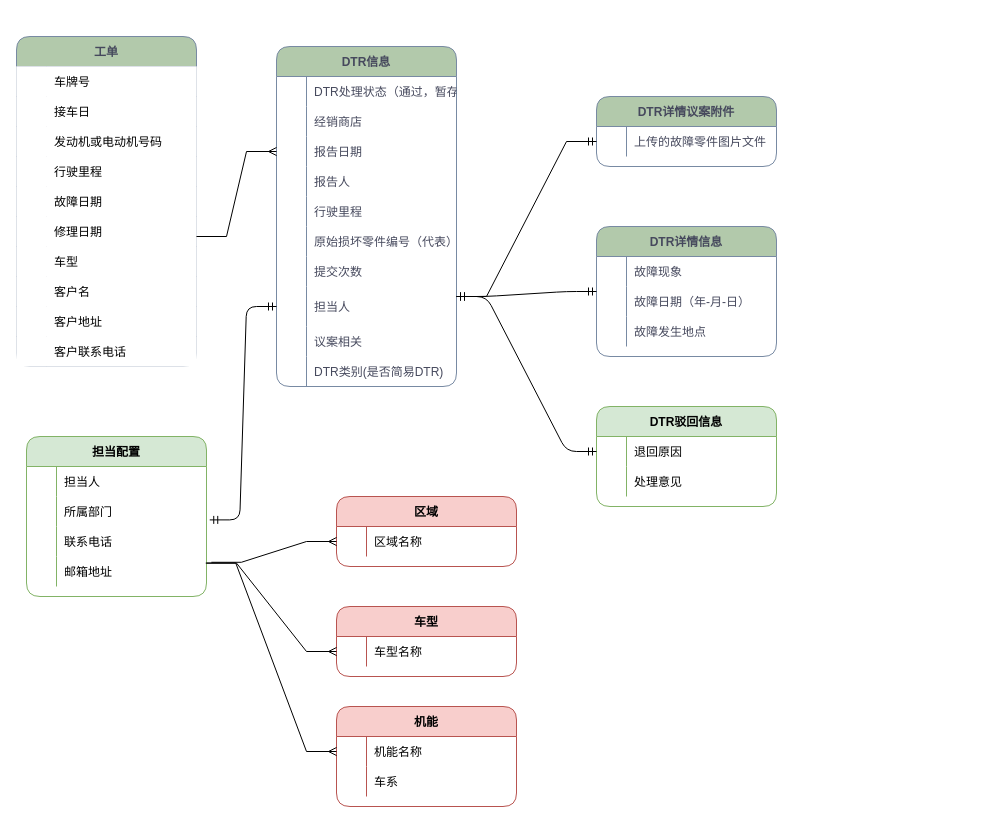
Earlier version of the draw.io diagram images/DTR聚合根.drawio (1132489442/designer). Source tidied: cells renumbered, new cells numbered last; positions are measured from the earlier drawing's top-left corner, leaving out a move shared by most shapes. Both pictures are drawn from the tidied source at 100%, with x=0, y=0 at pixel (16, 36).
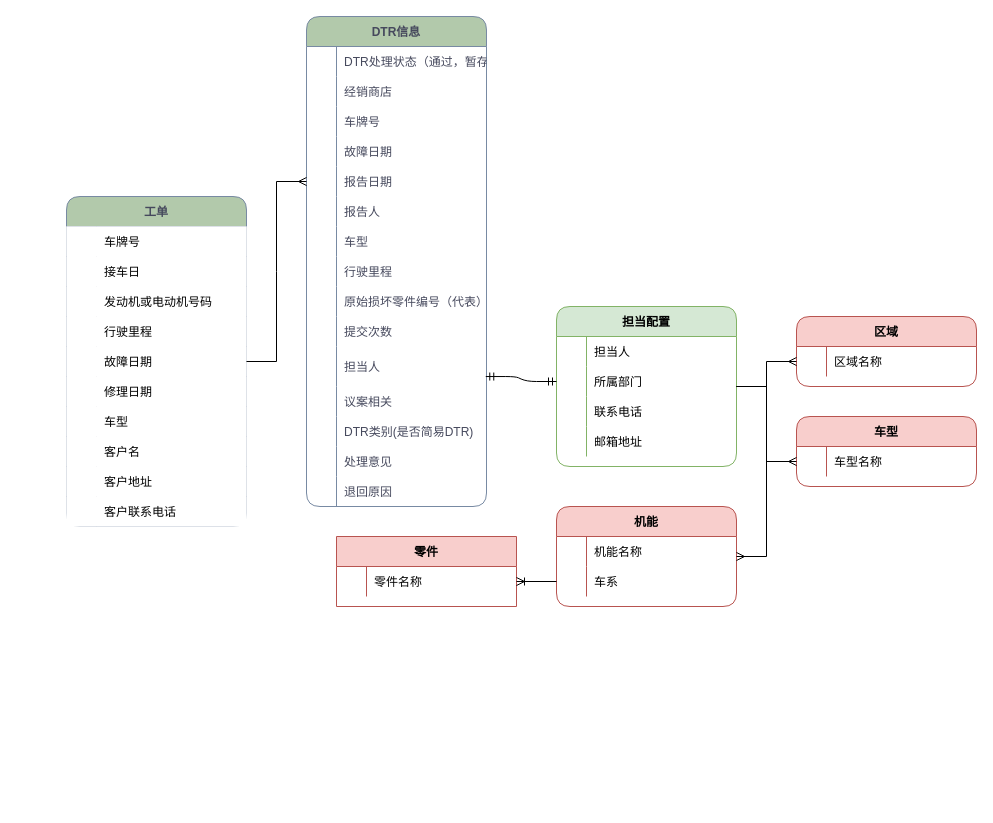
The same diagram, later.

Commit message (it also covers changes not shown here):
更新DTR聚合根.drawio

The change refers to these unchanged cells:
```xml
<mxCell id="82" style="shape=partialRectangle;fillColor=none;top=0;left=0;bottom=0;right=0;points=[[0,0.5],[1,0.5]];portConstraint=eastwest;rounded=1;" parent="78" vertex="1">
  <mxGeometry y="60" width="180" height="30" as="geometry" />
</mxCell>
<mxCell id="88" style="shape=partialRectangle;fillColor=none;top=0;left=0;bottom=0;right=0;points=[[0,0.5],[1,0.5]];portConstraint=eastwest;rounded=1;" parent="78" vertex="1">
  <mxGeometry y="120" width="180" height="30" as="geometry" />
</mxCell>
<mxCell id="92" style="shape=partialRectangle;fillColor=none;top=0;left=0;bottom=0;right=0;points=[[0,0.5],[1,0.5]];portConstraint=eastwest;rounded=1;" parent="91" vertex="1">
  <mxGeometry y="30" width="180" height="30" as="geometry" />
</mxCell>
<mxCell id="95" style="shape=partialRectangle;fillColor=none;top=0;left=0;bottom=0;right=0;points=[[0,0.5],[1,0.5]];portConstraint=eastwest;rounded=1;" parent="91" vertex="1">
  <mxGeometry y="60" width="180" height="30" as="geometry" />
</mxCell>
<mxCell id="99" style="shape=partialRectangle;fillColor=none;top=0;left=0;bottom=0;right=0;points=[[0,0.5],[1,0.5]];portConstraint=eastwest;rounded=1;" parent="98" vertex="1">
  <mxGeometry y="30" width="180" height="30" as="geometry" />
</mxCell>
<mxCell id="103" style="shape=partialRectangle;fillColor=none;top=0;left=0;bottom=0;right=0;points=[[0,0.5],[1,0.5]];portConstraint=eastwest;rounded=1;" parent="102" vertex="1">
  <mxGeometry y="30" width="180" height="30" as="geometry" />
</mxCell>
```

Change to the diagram source:
```diff
@@
     <mxCell id="2" value="工单" style="shape=table;startSize=30;childLayout=tableLayout;rowLines=0;fontStyle=1;align=center;fillColor=#B2C9AB;strokeColor=#788AA3;fontColor=#46495D;rounded=1;verticalAlign=middle;" parent="1" vertex="1">
-      <mxGeometry width="180" height="330" as="geometry" />
+      <mxGeometry x="50" y="160" width="180" height="330" as="geometry" />
     </mxCell>
@@
     <mxCell id="33" value="DTR信息" style="shape=table;startSize=30;childLayout=tableLayout;rowLines=0;fontStyle=1;align=center;fillColor=#B2C9AB;strokeColor=#788AA3;fontColor=#46495D;rounded=1;" parent="1" vertex="1">
-      <mxGeometry x="260" y="10" width="180" height="340" as="geometry" />
+      <mxGeometry x="290" y="-20" width="180" height="490" as="geometry" />
     </mxCell>
@@
+    <mxCell id="75" style="shape=partialRectangle;fillColor=none;top=0;left=0;bottom=0;right=0;strokeColor=#788AA3;fontColor=#46495D;rounded=1;" parent="33" vertex="1">
+      <mxGeometry y="90" width="180" height="30" as="geometry" />
+    </mxCell>
+    <mxCell id="121" style="shape=partialRectangle;fillColor=none;top=0;left=0;bottom=0;right=0;overflow=hidden;strokeColor=#788AA3;fontColor=#46495D;rounded=1;" parent="75" vertex="1">
+      <mxGeometry width="30" height="30" as="geometry" />
+    </mxCell>
+    <mxCell id="122" value="车牌号" style="shape=partialRectangle;fillColor=none;top=0;left=0;bottom=0;right=0;align=left;spacingLeft=6;overflow=hidden;strokeColor=#788AA3;fontColor=#46495D;rounded=1;" parent="75" vertex="1">
+      <mxGeometry x="30" width="150" height="30" as="geometry" />
+    </mxCell>
+    <mxCell id="123" style="shape=partialRectangle;fillColor=none;top=0;left=0;bottom=0;right=0;strokeColor=#788AA3;fontColor=#46495D;rounded=1;" parent="33" vertex="1">
+      <mxGeometry y="120" width="180" height="30" as="geometry" />
+    </mxCell>
+    <mxCell id="124" style="shape=partialRectangle;fillColor=none;top=0;left=0;bottom=0;right=0;overflow=hidden;strokeColor=#788AA3;fontColor=#46495D;rounded=1;" parent="123" vertex="1">
+      <mxGeometry width="30" height="30" as="geometry" />
+    </mxCell>
+    <mxCell id="125" value="故障日期" style="shape=partialRectangle;fillColor=none;top=0;left=0;bottom=0;right=0;align=left;spacingLeft=6;overflow=hidden;strokeColor=#788AA3;fontColor=#46495D;rounded=1;" parent="123" vertex="1">
+      <mxGeometry x="30" width="150" height="30" as="geometry" />
+    </mxCell>
     <mxCell id="40" style="shape=partialRectangle;fillColor=none;top=0;left=0;bottom=0;right=0;points=[[0,0.5],[1,0.5]];portConstraint=eastwest;strokeColor=#788AA3;fontColor=#46495D;rounded=1;" parent="33" vertex="1">
-      <mxGeometry y="90" width="180" height="30" as="geometry" />
+      <mxGeometry y="150" width="180" height="30" as="geometry" />
     </mxCell>
@@
     <mxCell id="43" style="shape=partialRectangle;fillColor=none;top=0;left=0;bottom=0;right=0;strokeColor=#788AA3;fontColor=#46495D;rounded=1;" parent="33" vertex="1">
-      <mxGeometry y="120" width="180" height="30" as="geometry" />
+      <mxGeometry y="180" width="180" height="30" as="geometry" />
     </mxCell>
@@
+    <mxCell id="126" style="shape=partialRectangle;fillColor=none;top=0;left=0;bottom=0;right=0;strokeColor=#788AA3;fontColor=#46495D;rounded=1;" parent="33" vertex="1">
+      <mxGeometry y="210" width="180" height="30" as="geometry" />
+    </mxCell>
+    <mxCell id="127" style="shape=partialRectangle;fillColor=none;top=0;left=0;bottom=0;right=0;overflow=hidden;strokeColor=#788AA3;fontColor=#46495D;rounded=1;" parent="126" vertex="1">
+      <mxGeometry width="30" height="30" as="geometry" />
+    </mxCell>
+    <mxCell id="128" value="车型" style="shape=partialRectangle;fillColor=none;top=0;left=0;bottom=0;right=0;align=left;spacingLeft=6;overflow=hidden;strokeColor=#788AA3;fontColor=#46495D;rounded=1;" parent="126" vertex="1">
+      <mxGeometry x="30" width="150" height="30" as="geometry" />
+    </mxCell>
     <mxCell id="46" style="shape=partialRectangle;fillColor=none;top=0;left=0;bottom=0;right=0;strokeColor=#788AA3;fontColor=#46495D;rounded=1;" parent="33" vertex="1">
-      <mxGeometry y="150" width="180" height="30" as="geometry" />
+      <mxGeometry y="240" width="180" height="30" as="geometry" />
     </mxCell>
@@
     <mxCell id="49" style="shape=partialRectangle;fillColor=none;top=0;left=0;bottom=0;right=0;strokeColor=#788AA3;fontColor=#46495D;rounded=1;" parent="33" vertex="1">
-      <mxGeometry y="180" width="180" height="30" as="geometry" />
+      <mxGeometry y="270" width="180" height="30" as="geometry" />
     </mxCell>
@@
     <mxCell id="52" style="shape=partialRectangle;fillColor=none;top=0;left=0;bottom=0;right=0;strokeColor=#788AA3;fontColor=#46495D;rounded=1;" parent="33" vertex="1">
-      <mxGeometry y="210" width="180" height="30" as="geometry" />
+      <mxGeometry y="300" width="180" height="30" as="geometry" />
     </mxCell>
@@
     <mxCell id="55" style="shape=partialRectangle;fillColor=none;top=0;left=0;bottom=0;right=0;points=[[0,0.5],[1,0.5]];portConstraint=eastwest;strokeColor=#788AA3;fontColor=#46495D;rounded=1;" parent="33" vertex="1">
-      <mxGeometry y="240" width="180" height="40" as="geometry" />
+      <mxGeometry y="330" width="180" height="40" as="geometry" />
     </mxCell>
@@
     <mxCell id="58" style="shape=partialRectangle;fillColor=none;top=0;left=0;bottom=0;right=0;strokeColor=#788AA3;fontColor=#46495D;rounded=1;" parent="33" vertex="1">
-      <mxGeometry y="280" width="180" height="30" as="geometry" />
+      <mxGeometry y="370" width="180" height="30" as="geometry" />
     </mxCell>
@@
     <mxCell id="61" style="shape=partialRectangle;fillColor=none;top=0;left=0;bottom=0;right=0;strokeColor=#788AA3;fontColor=#46495D;rounded=1;" parent="33" vertex="1">
-      <mxGeometry y="310" width="180" height="30" as="geometry" />
+      <mxGeometry y="400" width="180" height="30" as="geometry" />
     </mxCell>
@@
-    <mxCell id="64" value="DTR详情议案附件" style="shape=table;startSize=30;childLayout=tableLayout;rowLines=0;fontStyle=1;align=center;fillColor=#B2C9AB;strokeColor=#788AA3;fontColor=#46495D;rounded=1;" parent="1" vertex="1">
-      <mxGeometry x="580" y="60" width="180" height="70" as="geometry" />
-    </mxCell>
-    <mxCell id="65" style="shape=partialRectangle;fillColor=none;top=0;left=0;bottom=0;right=0;points=[[0,0.5],[1,0.5]];portConstraint=eastwest;strokeColor=#788AA3;fontColor=#46495D;rounded=1;" parent="64" vertex="1">
-      <mxGeometry y="30" width="180" height="30" as="geometry" />
-    </mxCell>
-    <mxCell id="66" style="shape=partialRectangle;fillColor=none;top=0;left=0;bottom=0;right=0;overflow=hidden;strokeColor=#788AA3;fontColor=#46495D;rounded=1;" parent="65" vertex="1">
-      <mxGeometry width="30" height="30" as="geometry" />
-    </mxCell>
-    <mxCell id="67" value="上传的故障零件图片文件" style="shape=partialRectangle;fillColor=none;top=0;left=0;bottom=0;right=0;align=left;spacingLeft=6;overflow=hidden;strokeColor=#788AA3;fontColor=#46495D;rounded=1;" parent="65" vertex="1">
-      <mxGeometry x="30" width="150" height="30" as="geometry" />
-    </mxCell>
-    <mxCell id="68" value="DTR详情信息" style="shape=table;startSize=30;childLayout=tableLayout;rowLines=0;fontStyle=1;align=center;fillColor=#B2C9AB;strokeColor=#788AA3;fontColor=#46495D;rounded=1;" parent="1" vertex="1">
-      <mxGeometry x="580" y="190" width="180" height="130" as="geometry" />
-    </mxCell>
-    <mxCell id="69" style="shape=partialRectangle;fillColor=none;top=0;left=0;bottom=0;right=0;strokeColor=#788AA3;fontColor=#46495D;rounded=1;" parent="68" vertex="1">
-      <mxGeometry y="30" width="180" height="30" as="geometry" />
-    </mxCell>
-    <mxCell id="70" style="shape=partialRectangle;fillColor=none;top=0;left=0;bottom=0;right=0;overflow=hidden;strokeColor=#788AA3;fontColor=#46495D;rounded=1;" parent="69" vertex="1">
-      <mxGeometry width="30" height="30" as="geometry" />
-    </mxCell>
-    <mxCell id="71" value="故障现象" style="shape=partialRectangle;fillColor=none;top=0;left=0;bottom=0;right=0;align=left;spacingLeft=6;overflow=hidden;strokeColor=#788AA3;fontColor=#46495D;rounded=1;" parent="69" vertex="1">
-      <mxGeometry x="30" width="150" height="30" as="geometry" />
-    </mxCell>
-    <mxCell id="72" style="shape=partialRectangle;fillColor=none;top=0;left=0;bottom=0;right=0;strokeColor=#788AA3;fontColor=#46495D;rounded=1;" parent="68" vertex="1">
-      <mxGeometry y="60" width="180" height="30" as="geometry" />
-    </mxCell>
-    <mxCell id="73" style="shape=partialRectangle;fillColor=none;top=0;left=0;bottom=0;right=0;overflow=hidden;strokeColor=#788AA3;fontColor=#46495D;rounded=1;" parent="72" vertex="1">
-      <mxGeometry width="30" height="30" as="geometry" />
-    </mxCell>
-    <mxCell id="74" value="故障日期（年-月-日）" style="shape=partialRectangle;fillColor=none;top=0;left=0;bottom=0;right=0;align=left;spacingLeft=6;overflow=hidden;strokeColor=#788AA3;fontColor=#46495D;rounded=1;" parent="72" vertex="1">
-      <mxGeometry x="30" width="150" height="30" as="geometry" />
-    </mxCell>
-    <mxCell id="75" style="shape=partialRectangle;fillColor=none;top=0;left=0;bottom=0;right=0;strokeColor=#788AA3;fontColor=#46495D;rounded=1;" parent="68" vertex="1">
-      <mxGeometry y="90" width="180" height="30" as="geometry" />
-    </mxCell>
-    <mxCell id="76" style="shape=partialRectangle;fillColor=none;top=0;left=0;bottom=0;right=0;overflow=hidden;strokeColor=#788AA3;fontColor=#46495D;rounded=1;" parent="75" vertex="1">
-      <mxGeometry width="30" height="30" as="geometry" />
-    </mxCell>
-    <mxCell id="77" value="故障发生地点" style="shape=partialRectangle;fillColor=none;top=0;left=0;bottom=0;right=0;align=left;spacingLeft=6;overflow=hidden;strokeColor=#788AA3;fontColor=#46495D;rounded=1;" parent="75" vertex="1">
-      <mxGeometry x="30" width="150" height="30" as="geometry" />
-    </mxCell>
+    <mxCell id="129" style="shape=partialRectangle;fillColor=none;top=0;left=0;bottom=0;right=0;strokeColor=#788AA3;fontColor=#46495D;rounded=1;" parent="33" vertex="1">
+      <mxGeometry y="430" width="180" height="30" as="geometry" />
+    </mxCell>
+    <mxCell id="130" style="shape=partialRectangle;fillColor=none;top=0;left=0;bottom=0;right=0;overflow=hidden;strokeColor=#788AA3;fontColor=#46495D;rounded=1;" parent="129" vertex="1">
+      <mxGeometry width="30" height="30" as="geometry" />
+    </mxCell>
+    <mxCell id="114" value="处理意见" style="shape=partialRectangle;fillColor=none;top=0;left=0;bottom=0;right=0;align=left;spacingLeft=6;overflow=hidden;strokeColor=#788AA3;fontColor=#46495D;rounded=1;" parent="129" vertex="1">
+      <mxGeometry x="30" width="150" height="30" as="geometry" />
+    </mxCell>
+    <mxCell id="131" style="shape=partialRectangle;fillColor=none;top=0;left=0;bottom=0;right=0;strokeColor=#788AA3;fontColor=#46495D;rounded=1;" parent="33" vertex="1">
+      <mxGeometry y="460" width="180" height="30" as="geometry" />
+    </mxCell>
+    <mxCell id="132" style="shape=partialRectangle;fillColor=none;top=0;left=0;bottom=0;right=0;overflow=hidden;strokeColor=#788AA3;fontColor=#46495D;rounded=1;" parent="131" vertex="1">
+      <mxGeometry width="30" height="30" as="geometry" />
+    </mxCell>
+    <mxCell id="111" value="退回原因" style="shape=partialRectangle;fillColor=none;top=0;left=0;bottom=0;right=0;align=left;spacingLeft=6;overflow=hidden;strokeColor=#788AA3;fontColor=#46495D;rounded=1;" parent="131" vertex="1">
+      <mxGeometry x="30" width="150" height="30" as="geometry" />
+    </mxCell>
     <mxCell id="78" value="担当配置" style="shape=table;startSize=30;childLayout=tableLayout;rowLines=0;fontStyle=1;align=center;rounded=1;fillColor=#d5e8d4;strokeColor=#82b366;" parent="1" vertex="1">
-      <mxGeometry x="10" y="400" width="180" height="160" as="geometry" />
+      <mxGeometry x="540" y="270" width="180" height="160" as="geometry" />
     </mxCell>
@@
     <mxCell id="91" value="机能" style="shape=table;startSize=30;childLayout=tableLayout;rowLines=0;fontStyle=1;align=center;rounded=1;fillColor=#f8cecc;strokeColor=#b85450;" parent="1" vertex="1">
-      <mxGeometry x="320" y="670" width="180" height="100" as="geometry" />
+      <mxGeometry x="540" y="470" width="180" height="100" as="geometry" />
     </mxCell>
@@
     <mxCell id="98" value="车型" style="shape=table;startSize=30;childLayout=tableLayout;rowLines=0;fontStyle=1;align=center;rounded=1;fillColor=#f8cecc;strokeColor=#b85450;" parent="1" vertex="1">
-      <mxGeometry x="320" y="570" width="180" height="70" as="geometry" />
+      <mxGeometry x="780" y="380" width="180" height="70" as="geometry" />
     </mxCell>
@@
     <mxCell id="102" value="区域" style="shape=table;startSize=30;childLayout=tableLayout;rowLines=0;fontStyle=1;align=center;rounded=1;fillColor=#f8cecc;strokeColor=#b85450;" parent="1" vertex="1">
-      <mxGeometry x="320" y="460" width="180" height="70" as="geometry" />
+      <mxGeometry x="780" y="280" width="180" height="70" as="geometry" />
     </mxCell>
@@
-    <mxCell id="106" style="edgeStyle=entityRelationEdgeStyle;fontSize=12;html=1;endArrow=ERmandOne;startArrow=ERmandOne;rounded=1;" parent="1" edge="1" target="68">
-      <mxGeometry relative="1" as="geometry">
-        <mxPoint x="440" y="260" as="sourcePoint" />
-      </mxGeometry>
-    </mxCell>
-    <mxCell id="107" style="edgeStyle=entityRelationEdgeStyle;fontSize=12;html=1;endArrow=ERmandOne;startArrow=ERmandOne;rounded=1;entryX=0;entryY=0.5;entryDx=0;entryDy=0;exitX=1.018;exitY=0.78;exitDx=0;exitDy=0;exitPerimeter=0;" parent="1" edge="1" source="82" target="55">
+    <mxCell id="107" style="edgeStyle=entityRelationEdgeStyle;fontSize=12;html=1;endArrow=ERmandOne;startArrow=ERmandOne;rounded=1;entryX=0.996;entryY=0.751;entryDx=0;entryDy=0;entryPerimeter=0;" parent="1" edge="1" source="82" target="55">
       <mxGeometry relative="1" as="geometry" />
     </mxCell>
-    <mxCell id="108" value="DTR驳回信息" style="shape=table;startSize=30;childLayout=tableLayout;rowLines=0;fontStyle=1;align=center;rounded=1;fillColor=#d5e8d4;strokeColor=#82b366;" parent="1" vertex="1">
-      <mxGeometry x="580" y="370" width="180" height="100" as="geometry" />
-    </mxCell>
-    <mxCell id="109" style="shape=partialRectangle;fillColor=none;top=0;left=0;bottom=0;right=0;points=[[0,0.5],[1,0.5]];portConstraint=eastwest;rounded=1;" parent="108" vertex="1">
-      <mxGeometry y="30" width="180" height="30" as="geometry" />
-    </mxCell>
-    <mxCell id="110" style="shape=partialRectangle;fillColor=none;top=0;left=0;bottom=0;right=0;overflow=hidden;rounded=1;" parent="109" vertex="1">
-      <mxGeometry width="30" height="30" as="geometry" />
-    </mxCell>
-    <mxCell id="111" value="退回原因" style="shape=partialRectangle;fillColor=none;top=0;left=0;bottom=0;right=0;align=left;spacingLeft=6;overflow=hidden;rounded=1;" parent="109" vertex="1">
-      <mxGeometry x="30" width="150" height="30" as="geometry" />
-    </mxCell>
-    <mxCell id="112" style="shape=partialRectangle;fillColor=none;top=0;left=0;bottom=0;right=0;rounded=1;" parent="108" vertex="1">
-      <mxGeometry y="60" width="180" height="30" as="geometry" />
-    </mxCell>
-    <mxCell id="113" style="shape=partialRectangle;fillColor=none;top=0;left=0;bottom=0;right=0;overflow=hidden;rounded=1;" parent="112" vertex="1">
-      <mxGeometry width="30" height="30" as="geometry" />
-    </mxCell>
-    <mxCell id="114" value="处理意见" style="shape=partialRectangle;fillColor=none;top=0;left=0;bottom=0;right=0;align=left;spacingLeft=6;overflow=hidden;rounded=1;" parent="112" vertex="1">
-      <mxGeometry x="30" width="150" height="30" as="geometry" />
-    </mxCell>
-    <mxCell id="115" style="edgeStyle=entityRelationEdgeStyle;fontSize=12;html=1;endArrow=ERmany;rounded=0;entryX=0;entryY=0.5;entryDx=0;entryDy=0;exitX=1.027;exitY=0.193;exitDx=0;exitDy=0;exitPerimeter=0;" parent="1" edge="1" source="88" target="103">
-      <mxGeometry relative="1" as="geometry" />
+    <mxCell id="115" style="edgeStyle=entityRelationEdgeStyle;fontSize=12;html=1;endArrow=ERmany;rounded=0;" parent="1" edge="1" target="103">
+      <mxGeometry relative="1" as="geometry">
+        <mxPoint x="720" y="350" as="sourcePoint" />
+      </mxGeometry>
     </mxCell>
-    <mxCell id="116" style="edgeStyle=entityRelationEdgeStyle;fontSize=12;html=1;endArrow=ERmany;rounded=0;exitX=1;exitY=0.22;exitDx=0;exitDy=0;exitPerimeter=0;" parent="1" edge="1" source="88" target="99">
-      <mxGeometry relative="1" as="geometry" />
+    <mxCell id="116" style="edgeStyle=entityRelationEdgeStyle;fontSize=12;html=1;endArrow=ERmany;rounded=0;" parent="1" edge="1" target="99">
+      <mxGeometry relative="1" as="geometry">
+        <mxPoint x="720" y="350" as="sourcePoint" />
+      </mxGeometry>
     </mxCell>
-    <mxCell id="117" style="edgeStyle=entityRelationEdgeStyle;fontSize=12;html=1;endArrow=ERmany;rounded=0;entryX=0;entryY=0.5;entryDx=0;entryDy=0;exitX=0.996;exitY=0.22;exitDx=0;exitDy=0;exitPerimeter=0;" parent="1" edge="1" source="88" target="92">
-      <mxGeometry relative="1" as="geometry" />
+    <mxCell id="117" style="edgeStyle=entityRelationEdgeStyle;fontSize=12;html=1;endArrow=ERmany;rounded=0;" parent="1" edge="1" target="91">
+      <mxGeometry relative="1" as="geometry">
+        <mxPoint x="720" y="350" as="sourcePoint" />
+      </mxGeometry>
     </mxCell>
-    <mxCell id="118" style="edgeStyle=entityRelationEdgeStyle;fontSize=12;html=1;endArrow=ERmandOne;startArrow=ERmandOne;rounded=0;entryX=0;entryY=0.5;entryDx=0;entryDy=0;" parent="1" edge="1" target="65">
-      <mxGeometry relative="1" as="geometry">
-        <mxPoint x="440" y="260" as="sourcePoint" />
-      </mxGeometry>
-    </mxCell>
-    <mxCell id="119" style="edgeStyle=entityRelationEdgeStyle;fontSize=12;html=1;endArrow=ERmandOne;startArrow=ERmandOne;rounded=1;entryX=0;entryY=0.5;entryDx=0;entryDy=0;" parent="1" edge="1" target="109">
-      <mxGeometry relative="1" as="geometry">
-        <mxPoint x="440" y="260" as="sourcePoint" />
-      </mxGeometry>
-    </mxCell>
-    <mxCell id="120" style="edgeStyle=entityRelationEdgeStyle;fontSize=12;html=1;endArrow=ERmany;rounded=0;" parent="1" edge="1" target="40">
-      <mxGeometry relative="1" as="geometry">
-        <mxPoint x="180" y="200" as="sourcePoint" />
-      </mxGeometry>
+    <mxCell id="120" style="edgeStyle=entityRelationEdgeStyle;fontSize=12;html=1;endArrow=ERmany;rounded=0;" parent="1" edge="1" source="2" target="40">
+      <mxGeometry relative="1" as="geometry" />
     </mxCell>
+    <mxCell id="133" value="零件" style="shape=table;startSize=30;childLayout=tableLayout;rowLines=0;fontStyle=1;align=center;fillColor=#f8cecc;strokeColor=#b85450;" parent="1" vertex="1">
+      <mxGeometry x="320" y="500" width="180" height="70" as="geometry" />
+    </mxCell>
+    <mxCell id="134" style="shape=partialRectangle;fillColor=none;top=0;left=0;bottom=0;right=0;points=[[0,0.5],[1,0.5]];portConstraint=eastwest;" parent="133" vertex="1">
+      <mxGeometry y="30" width="180" height="30" as="geometry" />
+    </mxCell>
+    <mxCell id="135" style="shape=partialRectangle;fillColor=none;top=0;left=0;bottom=0;right=0;overflow=hidden;" parent="134" vertex="1">
+      <mxGeometry width="30" height="30" as="geometry" />
+    </mxCell>
+    <mxCell id="136" value="零件名称" style="shape=partialRectangle;fillColor=none;top=0;left=0;bottom=0;right=0;align=left;spacingLeft=6;overflow=hidden;" parent="134" vertex="1">
+      <mxGeometry x="30" width="150" height="30" as="geometry" />
+    </mxCell>
+    <mxCell id="137" style="edgeStyle=entityRelationEdgeStyle;fontSize=12;html=1;endArrow=ERoneToMany;rounded=0;entryX=1;entryY=0.5;entryDx=0;entryDy=0;" parent="1" edge="1" source="95" target="134">
+      <mxGeometry relative="1" as="geometry" />
+    </mxCell>
```
